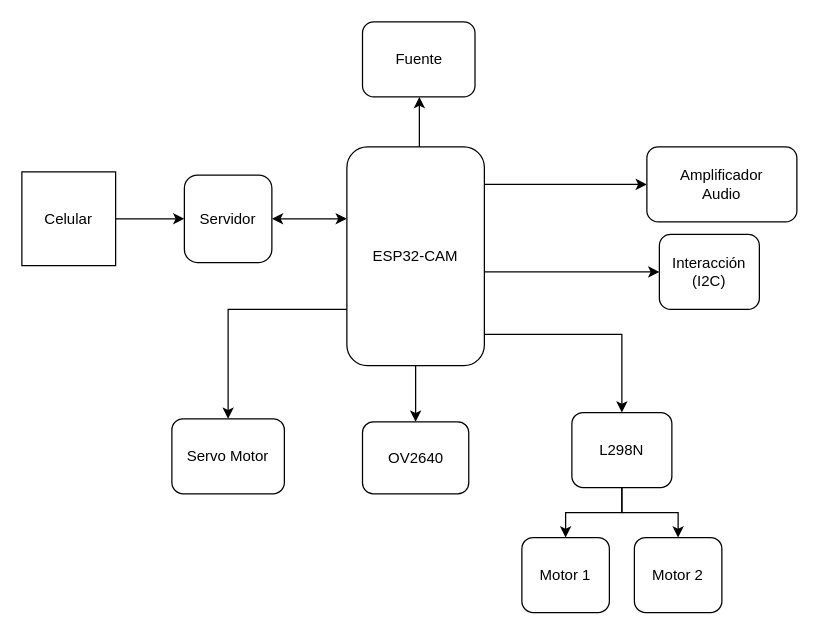
The draw.io diagram Diagrama_bloques.drawio in Davidariza99/Ejemplo-1, before the edit. Source tidied: cells renumbered, new cells numbered last; positions are measured from the earlier drawing's top-left corner, leaving out a move shared by most shapes. Both pictures are drawn from the tidied source at 125%, with x=0, y=0 at pixel (21, 21).
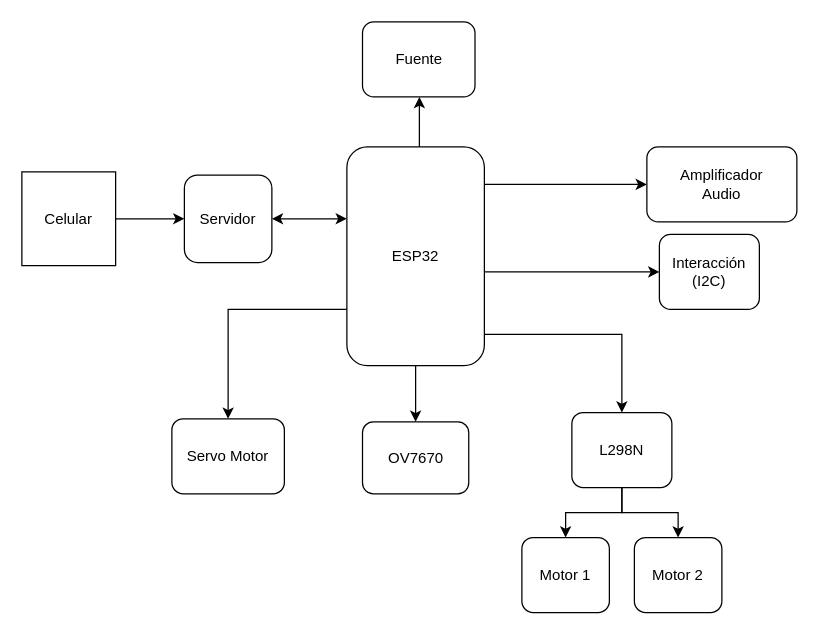
Above is the later version.

What changed in the source:
```diff
@@
-    <mxCell id="10" value="ESP32-CAM" style="rounded=1;whiteSpace=wrap;html=1;strokeWidth=1;" parent="1" vertex="1">
+    <mxCell id="10" value="ESP32" style="rounded=1;whiteSpace=wrap;html=1;strokeWidth=1;" parent="1" vertex="1">
       <mxGeometry x="260" y="100" width="110" height="175" as="geometry" />
     </mxCell>
@@
-    <mxCell id="13" value="OV2640" style="rounded=1;whiteSpace=wrap;html=1;strokeWidth=1;" parent="1" vertex="1">
+    <mxCell id="13" value="OV7670" style="rounded=1;whiteSpace=wrap;html=1;strokeWidth=1;" parent="1" vertex="1">
       <mxGeometry x="272.5" y="320" width="85" height="57.5" as="geometry" />
     </mxCell>
```
